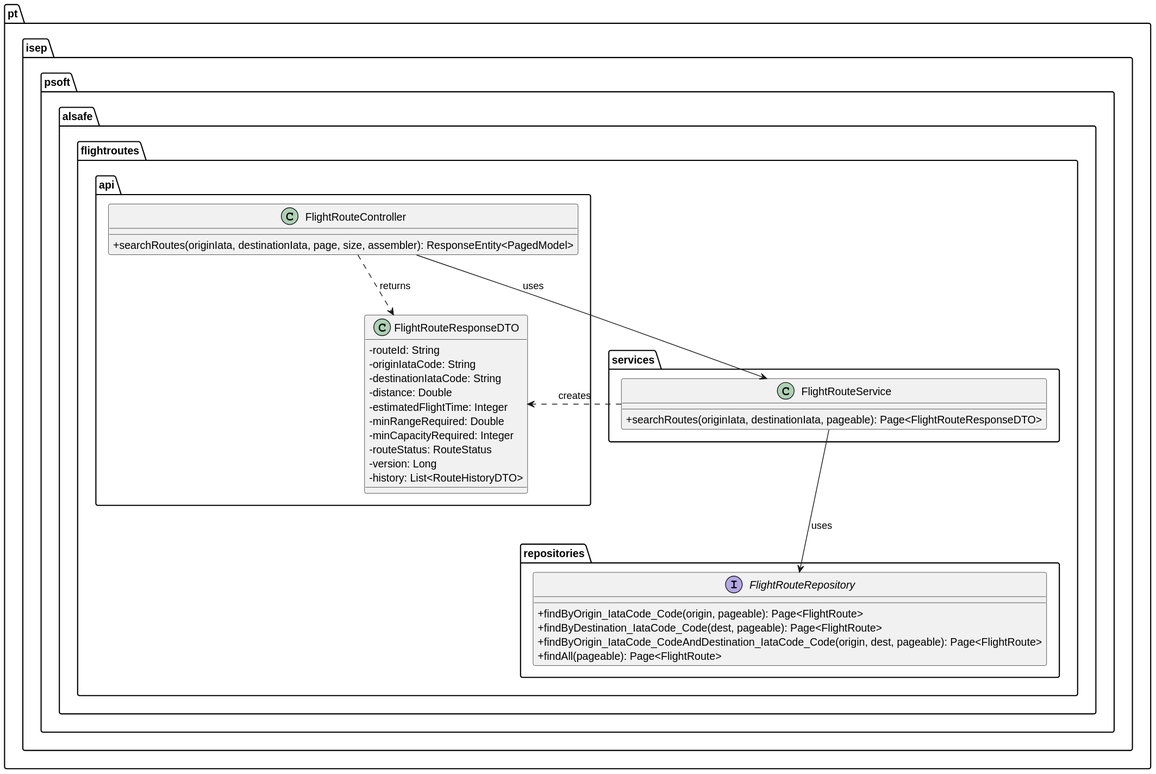
The PlantUML diagram docs/use-cases/WP#3A/US114/svg/US114-CD.svg in Andre-1240567/psoft2026_2DB_1240567_1241013_1240624, before a commit. The source it was exported from:
```plantuml
@startuml
skinparam classAttributeIconSize 0

package "pt.isep.psoft.alsafe.flightroutes.api" {
    class FlightRouteController {
        + searchRoutes(originIata, destinationIata, page, size, assembler): ResponseEntity<PagedModel>
    }
    class FlightRouteResponseDTO {
        - routeId: String
        - originIataCode: String
        - destinationIataCode: String
        - distance: Double
        - estimatedFlightTime: Integer
        - minRangeRequired: Double
        - minCapacityRequired: Integer
        - routeStatus: RouteStatus
        - version: Long
        - history: List<RouteHistoryDTO>
    }
}

package "pt.isep.psoft.alsafe.flightroutes.services" {
    class FlightRouteService {
        + searchRoutes(originIata, destinationIata, pageable): Page<FlightRouteResponseDTO>
    }
}

package "pt.isep.psoft.alsafe.flightroutes.repositories" {
    interface FlightRouteRepository {
        + findByOrigin_IataCode_Code(origin, pageable): Page<FlightRoute>
        + findByDestination_IataCode_Code(dest, pageable): Page<FlightRoute>
        + findByOrigin_IataCode_CodeAndDestination_IataCode_Code(origin, dest, pageable): Page<FlightRoute>
        + findAll(pageable): Page<FlightRoute>
    }
}

FlightRouteController --> FlightRouteService : uses
FlightRouteService --> FlightRouteRepository : uses
FlightRouteService ..> FlightRouteResponseDTO : creates
FlightRouteController ..> FlightRouteResponseDTO : returns
@enduml
```
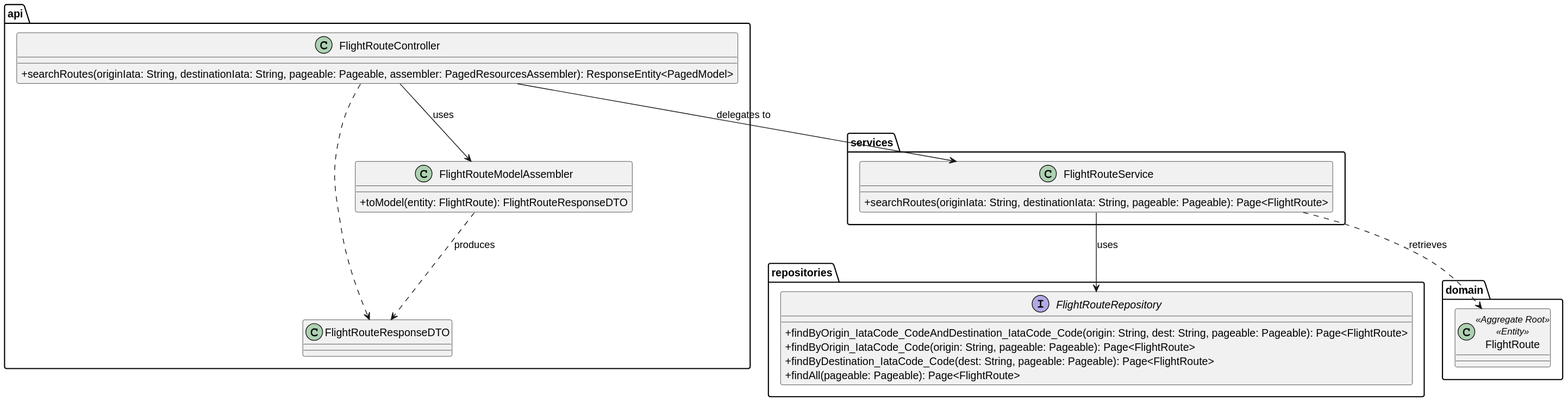
After the commit.

Diff of the diagram source:
```diff
@@ -1,41 +1,39 @@
 @startuml
 skinparam classAttributeIconSize 0
 
-package "pt.isep.psoft.alsafe.flightroutes.api" {
+package "api" {
     class FlightRouteController {
-        + searchRoutes(originIata, destinationIata, page, size, assembler): ResponseEntity<PagedModel>
+        + searchRoutes(originIata: String, destinationIata: String, pageable: Pageable, assembler: PagedResourcesAssembler): ResponseEntity<PagedModel>
     }
-    class FlightRouteResponseDTO {
-        - routeId: String
-        - originIataCode: String
-        - destinationIataCode: String
-        - distance: Double
-        - estimatedFlightTime: Integer
-        - minRangeRequired: Double
-        - minCapacityRequired: Integer
-        - routeStatus: RouteStatus
-        - version: Long
-        - history: List<RouteHistoryDTO>
+    class FlightRouteResponseDTO
+    class FlightRouteModelAssembler {
+        + toModel(entity: FlightRoute): FlightRouteResponseDTO
     }
 }
 
-package "pt.isep.psoft.alsafe.flightroutes.services" {
+package "services" {
     class FlightRouteService {
-        + searchRoutes(originIata, destinationIata, pageable): Page<FlightRouteResponseDTO>
+        + searchRoutes(originIata: String, destinationIata: String, pageable: Pageable): Page<FlightRoute>
     }
 }
 
-package "pt.isep.psoft.alsafe.flightroutes.repositories" {
+package "repositories" {
     interface FlightRouteRepository {
-        + findByOrigin_IataCode_Code(origin, pageable): Page<FlightRoute>
-        + findByDestination_IataCode_Code(dest, pageable): Page<FlightRoute>
-        + findByOrigin_IataCode_CodeAndDestination_IataCode_Code(origin, dest, pageable): Page<FlightRoute>
-        + findAll(pageable): Page<FlightRoute>
+        + findByOrigin_IataCode_CodeAndDestination_IataCode_Code(origin: String, dest: String, pageable: Pageable): Page<FlightRoute>
+        + findByOrigin_IataCode_Code(origin: String, pageable: Pageable): Page<FlightRoute>
+        + findByDestination_IataCode_Code(dest: String, pageable: Pageable): Page<FlightRoute>
+        + findAll(pageable: Pageable): Page<FlightRoute>
     }
 }
 
-FlightRouteController --> FlightRouteService : uses
+package "domain" {
+    class FlightRoute <<Aggregate Root>> <<Entity>>
+}
+
+FlightRouteController ..> FlightRouteResponseDTO
+FlightRouteController --> FlightRouteService : delegates to
+FlightRouteController --> FlightRouteModelAssembler : uses
+FlightRouteModelAssembler ..> FlightRouteResponseDTO : produces
 FlightRouteService --> FlightRouteRepository : uses
-FlightRouteService ..> FlightRouteResponseDTO : creates
-FlightRouteController ..> FlightRouteResponseDTO : returns
+FlightRouteService ..> FlightRoute : retrieves
 @enduml
```
